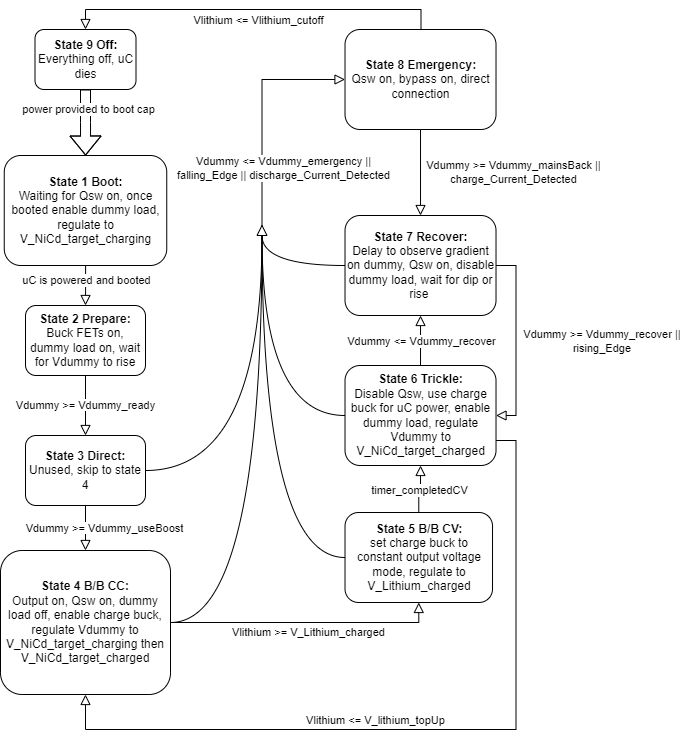
This is 203IntefaceFlowchart_CV.drawio.png from BStainthorpe/Flowcharts, a draw.io export, as it was before one commit. Source tidied: cells renumbered, new cells last; positions are measured from the earlier drawing's top-left corner, leaving out a move shared by most shapes. Its diagram source:
```xml
<mxGraphModel>
  <root>
    <mxCell id="0" />
    <mxCell id="1" parent="0" />
    <mxCell id="2" style="rounded=0;html=1;jettySize=auto;fontSize=11;endArrow=block;endFill=0;endSize=8;strokeWidth=1;shadow=0;labelBackgroundColor=none;edgeStyle=orthogonalEdgeStyle;" parent="1" edge="1" source="4">
      <mxGeometry relative="1" as="geometry">
        <mxPoint x="85" y="296" as="targetPoint" />
      </mxGeometry>
    </mxCell>
    <mxCell id="3" value="uC is powered and booted" style="edgeLabel;html=1;align=center;verticalAlign=middle;" parent="2" vertex="1">
      <mxGeometry x="-0.07" y="1" relative="1" as="geometry">
        <mxPoint x="-1" y="-5" as="offset" />
      </mxGeometry>
    </mxCell>
    <mxCell id="4" value="&lt;b&gt;State 1 Boot:&lt;/b&gt;&lt;div&gt;Waiting for Qsw on, once booted enable dummy load, regulate to V_NiCd_target_charging&lt;/div&gt;" style="rounded=1;whiteSpace=wrap;html=1;fontSize=12;glass=0;strokeWidth=1;shadow=0;" parent="1" vertex="1">
      <mxGeometry x="3.8" y="146" width="162.5" height="110" as="geometry" />
    </mxCell>
    <mxCell id="5" value="&lt;span style=&quot;background-color: rgb(255, 255, 255);&quot;&gt;Vdummy &amp;gt;= Vdummy_useBoost&lt;/span&gt;" style="rounded=0;html=1;jettySize=auto;fontSize=11;endArrow=block;endFill=0;endSize=8;strokeWidth=1;shadow=0;labelBackgroundColor=none;edgeStyle=orthogonalEdgeStyle;exitX=0.5;exitY=1;exitDx=0;exitDy=0;entryX=0.5;entryY=0;entryDx=0;entryDy=0;" parent="1" edge="1" source="8" target="9">
      <mxGeometry x="0.05" y="19" relative="1" as="geometry">
        <mxPoint y="-1" as="offset" />
      </mxGeometry>
    </mxCell>
    <mxCell id="6" value="&lt;span style=&quot;background-color: rgb(255, 255, 255);&quot;&gt;Vdummy &amp;gt;= Vdummy_ready&lt;/span&gt;" style="edgeStyle=orthogonalEdgeStyle;rounded=0;html=1;jettySize=auto;fontSize=11;endArrow=block;endFill=0;endSize=8;strokeWidth=1;shadow=0;labelBackgroundColor=none;entryX=0.5;entryY=0;entryDx=0;entryDy=0;exitX=0.5;exitY=1;exitDx=0;exitDy=0;" parent="1" edge="1" source="7" target="8">
      <mxGeometry relative="1" as="geometry" />
    </mxCell>
    <mxCell id="7" value="&lt;b&gt;State 2 Prepare:&lt;/b&gt;&lt;div&gt;Buck FETs on, dummy load on, wait for Vdummy to rise&lt;/div&gt;" style="rounded=1;whiteSpace=wrap;html=1;fontSize=12;glass=0;strokeWidth=1;shadow=0;" parent="1" vertex="1">
      <mxGeometry x="25" y="296" width="120" height="70" as="geometry" />
    </mxCell>
    <mxCell id="8" value="&lt;b&gt;State 3 Direct:&lt;/b&gt;&lt;div&gt;Unused, skip to state 4&lt;/div&gt;" style="rounded=1;whiteSpace=wrap;html=1;fontSize=12;glass=0;strokeWidth=1;shadow=0;" parent="1" vertex="1">
      <mxGeometry x="25" y="426" width="120" height="70" as="geometry" />
    </mxCell>
    <mxCell id="9" value="&lt;b&gt;State 4 B/B CC:&lt;/b&gt;&lt;div&gt;Output on, Qsw on, dummy load off, enable charge buck, regulate Vdummy to V_NiCd_target_charging then V_NiCd_target_charged&lt;/div&gt;" style="rounded=1;whiteSpace=wrap;html=1;fontSize=12;glass=0;strokeWidth=1;shadow=0;" parent="1" vertex="1">
      <mxGeometry y="541" width="170" height="144" as="geometry" />
    </mxCell>
    <mxCell id="10" value="&lt;b&gt;State 5 B/B CV:&lt;/b&gt;&lt;div&gt;set charge buck to constant output voltage mode, regulate to V_Lithium_charged&lt;/div&gt;" style="rounded=1;whiteSpace=wrap;html=1;fontSize=12;glass=0;strokeWidth=1;shadow=0;" parent="1" vertex="1">
      <mxGeometry x="344.5" y="503" width="147.5" height="90" as="geometry" />
    </mxCell>
    <mxCell id="11" value="&lt;span style=&quot;background-color: rgb(255, 255, 255);&quot;&gt;Vlithium &amp;gt;= V_Lithium_charged&lt;/span&gt;" style="rounded=0;html=1;jettySize=auto;fontSize=11;endArrow=block;endFill=0;endSize=8;strokeWidth=1;shadow=0;labelBackgroundColor=none;edgeStyle=orthogonalEdgeStyle;exitX=1;exitY=0.5;exitDx=0;exitDy=0;entryX=0.5;entryY=1;entryDx=0;entryDy=0;" parent="1" edge="1" source="9" target="10">
      <mxGeometry x="0.03" y="-10" relative="1" as="geometry">
        <Array as="points">
          <mxPoint x="418.5" y="613" />
        </Array>
      </mxGeometry>
    </mxCell>
    <mxCell id="12" value="&lt;b&gt;State 6 Trickle:&lt;/b&gt;&lt;div&gt;Disable Qsw, use charge buck for uC power, enable dummy load, regulate Vdummy to V_NiCd_target_charged&lt;/div&gt;" style="rounded=1;whiteSpace=wrap;html=1;fontSize=12;glass=0;strokeWidth=1;shadow=0;" parent="1" vertex="1">
      <mxGeometry x="344.5" y="356" width="151" height="100" as="geometry" />
    </mxCell>
    <mxCell id="13" style="rounded=0;html=1;jettySize=auto;fontSize=11;endArrow=block;endFill=0;endSize=8;strokeWidth=1;shadow=0;labelBackgroundColor=none;edgeStyle=orthogonalEdgeStyle;exitX=0.5;exitY=0;exitDx=0;exitDy=0;entryX=0.5;entryY=1;entryDx=0;entryDy=0;" parent="1" edge="1" source="10" target="12">
      <mxGeometry x="0.04" y="20" relative="1" as="geometry" />
    </mxCell>
    <mxCell id="14" value="timer_completedCV" style="edgeLabel;html=1;align=center;verticalAlign=middle;" parent="13" vertex="1">
      <mxGeometry x="-0.04" relative="1" as="geometry" />
    </mxCell>
    <mxCell id="15" value="&lt;b&gt;State 7 Recover:&lt;/b&gt;&lt;div&gt;Delay to observe gradient on dummy, Qsw on, disable dummy load, wait for dip or rise&amp;nbsp;&lt;br&gt;&lt;/div&gt;" style="rounded=1;whiteSpace=wrap;html=1;fontSize=12;glass=0;strokeWidth=1;shadow=0;" parent="1" vertex="1">
      <mxGeometry x="344.5" y="206" width="151" height="100" as="geometry" />
    </mxCell>
    <mxCell id="16" style="triangle;whiteSpace=wrap;html=1;rotation=-90;" parent="1" vertex="1">
      <mxGeometry x="256.5" y="216" width="10" height="10" as="geometry" />
    </mxCell>
    <mxCell id="17" style="edgeStyle=orthogonalEdgeStyle;rounded=0;html=1;jettySize=auto;fontSize=11;endArrow=none;endFill=0;strokeWidth=1;shadow=0;labelBackgroundColor=none;entryX=0;entryY=0.5;entryDx=0;entryDy=0;exitX=1;exitY=0.5;exitDx=0;exitDy=0;curved=1;" parent="1" edge="1" source="8" target="16">
      <mxGeometry relative="1" as="geometry" />
    </mxCell>
    <mxCell id="18" style="edgeStyle=orthogonalEdgeStyle;rounded=0;html=1;jettySize=auto;fontSize=11;endArrow=none;endFill=0;strokeWidth=1;shadow=0;labelBackgroundColor=none;exitX=1;exitY=0.5;exitDx=0;exitDy=0;curved=1;entryX=0;entryY=0.5;entryDx=0;entryDy=0;" parent="1" edge="1" source="9" target="16">
      <mxGeometry relative="1" as="geometry" />
    </mxCell>
    <mxCell id="19" style="edgeStyle=orthogonalEdgeStyle;rounded=0;html=1;jettySize=auto;fontSize=11;endArrow=none;endFill=0;strokeWidth=1;shadow=0;labelBackgroundColor=none;exitX=0;exitY=0.5;exitDx=0;exitDy=0;curved=1;entryX=0;entryY=0.5;entryDx=0;entryDy=0;" parent="1" edge="1" source="10" target="16">
      <mxGeometry relative="1" as="geometry" />
    </mxCell>
    <mxCell id="20" style="edgeStyle=orthogonalEdgeStyle;rounded=0;html=1;jettySize=auto;fontSize=11;endArrow=none;endFill=0;strokeWidth=1;shadow=0;labelBackgroundColor=none;exitX=0;exitY=0.5;exitDx=0;exitDy=0;curved=1;entryX=0;entryY=0.5;entryDx=0;entryDy=0;" parent="1" edge="1" source="12" target="16">
      <mxGeometry relative="1" as="geometry" />
    </mxCell>
    <mxCell id="21" value="&lt;b&gt;State 8 Emergency:&lt;/b&gt;&lt;div&gt;Qsw on, bypass on, direct connection&lt;/div&gt;" style="rounded=1;whiteSpace=wrap;html=1;fontSize=12;glass=0;strokeWidth=1;shadow=0;" parent="1" vertex="1">
      <mxGeometry x="344.5" y="20" width="151" height="100" as="geometry" />
    </mxCell>
    <mxCell id="22" style="rounded=0;html=1;jettySize=auto;fontSize=11;endArrow=block;endFill=0;endSize=8;strokeWidth=1;shadow=0;labelBackgroundColor=none;edgeStyle=orthogonalEdgeStyle;entryX=0;entryY=0.5;entryDx=0;entryDy=0;exitX=1;exitY=0.5;exitDx=0;exitDy=0;" parent="1" edge="1" source="16" target="21">
      <mxGeometry x="0.04" y="20" relative="1" as="geometry" />
    </mxCell>
    <mxCell id="23" value="Vdummy &amp;lt;= Vdummy_emergency ||&lt;div&gt;falling_Edge || discharge_Current_Detected&lt;/div&gt;" style="edgeLabel;html=1;align=center;verticalAlign=middle;" parent="22" vertex="1">
      <mxGeometry x="-0.09" relative="1" as="geometry">
        <mxPoint x="21" y="46" as="offset" />
      </mxGeometry>
    </mxCell>
    <mxCell id="24" style="edgeStyle=orthogonalEdgeStyle;rounded=0;html=1;jettySize=auto;fontSize=11;endArrow=none;endFill=0;strokeWidth=1;shadow=0;labelBackgroundColor=none;exitX=0;exitY=0.5;exitDx=0;exitDy=0;curved=1;entryX=0;entryY=0.5;entryDx=0;entryDy=0;" parent="1" edge="1" source="15" target="16">
      <mxGeometry relative="1" as="geometry" />
    </mxCell>
    <mxCell id="25" style="edgeStyle=orthogonalEdgeStyle;rounded=0;jettySize=auto;html=1;exitX=0.5;exitY=1;exitDx=0;exitDy=0;shape=flexArrow;" parent="1" edge="1" source="27" target="4">
      <mxGeometry relative="1" as="geometry" />
    </mxCell>
    <mxCell id="26" value="power provided to boot cap" style="edgeLabel;html=1;align=center;verticalAlign=middle;" parent="25" vertex="1">
      <mxGeometry x="0.03" y="-4" relative="1" as="geometry">
        <mxPoint x="6" y="-14" as="offset" />
      </mxGeometry>
    </mxCell>
    <mxCell id="27" value="&lt;b&gt;State 9 Off:&lt;/b&gt;&lt;div&gt;Everything off, uC dies&lt;/div&gt;" style="rounded=1;whiteSpace=wrap;html=1;fontSize=12;glass=0;strokeWidth=1;shadow=0;" parent="1" vertex="1">
      <mxGeometry x="34.5" y="20" width="101" height="60" as="geometry" />
    </mxCell>
    <mxCell id="28" style="rounded=0;html=1;jettySize=auto;fontSize=11;endArrow=block;endFill=0;endSize=8;strokeWidth=1;shadow=0;labelBackgroundColor=none;edgeStyle=orthogonalEdgeStyle;entryX=0.5;entryY=0;entryDx=0;entryDy=0;" parent="1" edge="1" target="27">
      <mxGeometry x="0.04" y="20" relative="1" as="geometry">
        <mxPoint x="420.5" y="20" as="sourcePoint" />
        <Array as="points">
          <mxPoint x="420.5" />
          <mxPoint x="85.5" />
        </Array>
      </mxGeometry>
    </mxCell>
    <mxCell id="29" value="Vlithium &amp;lt;= Vlithium_cutoff" style="edgeLabel;html=1;align=center;verticalAlign=middle;" parent="28" vertex="1">
      <mxGeometry x="-0.09" relative="1" as="geometry">
        <mxPoint x="-12" y="10" as="offset" />
      </mxGeometry>
    </mxCell>
    <mxCell id="30" style="rounded=0;html=1;jettySize=auto;fontSize=11;endArrow=block;endFill=0;endSize=8;strokeWidth=1;shadow=0;labelBackgroundColor=none;edgeStyle=orthogonalEdgeStyle;entryX=0.5;entryY=0;entryDx=0;entryDy=0;exitX=0.5;exitY=1;exitDx=0;exitDy=0;" parent="1" edge="1" source="21" target="15">
      <mxGeometry x="0.04" y="20" relative="1" as="geometry" />
    </mxCell>
    <mxCell id="31" value="Vdummy &amp;gt;= Vdummy_mainsBack ||&lt;div&gt;charge_Current_Detected&lt;/div&gt;" style="edgeLabel;html=1;align=center;verticalAlign=middle;" parent="30" vertex="1">
      <mxGeometry x="-0.09" relative="1" as="geometry">
        <mxPoint x="92" y="3" as="offset" />
      </mxGeometry>
    </mxCell>
    <mxCell id="32" style="rounded=0;html=1;jettySize=auto;fontSize=11;endArrow=block;endFill=0;endSize=8;strokeWidth=1;shadow=0;labelBackgroundColor=none;edgeStyle=orthogonalEdgeStyle;entryX=1;entryY=0.5;entryDx=0;entryDy=0;exitX=1;exitY=0.5;exitDx=0;exitDy=0;" parent="1" edge="1" source="15" target="12">
      <mxGeometry x="0.04" y="20" relative="1" as="geometry" />
    </mxCell>
    <mxCell id="33" value="Vdummy &amp;gt;= Vdummy_recover ||&amp;nbsp;&lt;div&gt;rising_Edge&amp;nbsp;&lt;/div&gt;" style="edgeLabel;html=1;align=center;verticalAlign=middle;" parent="32" vertex="1">
      <mxGeometry x="-0.09" relative="1" as="geometry">
        <mxPoint x="87" y="9" as="offset" />
      </mxGeometry>
    </mxCell>
    <mxCell id="34" style="rounded=0;html=1;jettySize=auto;fontSize=11;endArrow=block;endFill=0;endSize=8;strokeWidth=1;shadow=0;labelBackgroundColor=none;edgeStyle=orthogonalEdgeStyle;entryX=0.5;entryY=1;entryDx=0;entryDy=0;exitX=0.5;exitY=0;exitDx=0;exitDy=0;" parent="1" edge="1" source="12" target="15">
      <mxGeometry x="0.04" y="20" relative="1" as="geometry" />
    </mxCell>
    <mxCell id="35" value="Vdummy &amp;lt;= Vdummy_recover" style="edgeLabel;html=1;align=center;verticalAlign=middle;" parent="34" vertex="1">
      <mxGeometry x="-0.09" relative="1" as="geometry">
        <mxPoint y="-2" as="offset" />
      </mxGeometry>
    </mxCell>
    <mxCell id="36" style="rounded=0;html=1;jettySize=auto;fontSize=11;endArrow=block;endFill=0;endSize=8;strokeWidth=1;shadow=0;labelBackgroundColor=none;edgeStyle=orthogonalEdgeStyle;entryX=0.5;entryY=1;entryDx=0;entryDy=0;exitX=1;exitY=0.75;exitDx=0;exitDy=0;" parent="1" edge="1" source="12" target="9">
      <mxGeometry x="0.04" y="20" relative="1" as="geometry">
        <Array as="points">
          <mxPoint x="515.5" y="431" />
          <mxPoint x="515.5" y="720" />
          <mxPoint x="85.5" y="720" />
          <mxPoint x="85.5" y="685" />
        </Array>
      </mxGeometry>
    </mxCell>
    <mxCell id="37" value="Vlithium &amp;lt;= V_lithium_topUp" style="edgeLabel;html=1;align=center;verticalAlign=middle;" parent="36" vertex="1">
      <mxGeometry x="-0.09" relative="1" as="geometry">
        <mxPoint x="-98" y="-10" as="offset" />
      </mxGeometry>
    </mxCell>
  </root>
</mxGraphModel>
```
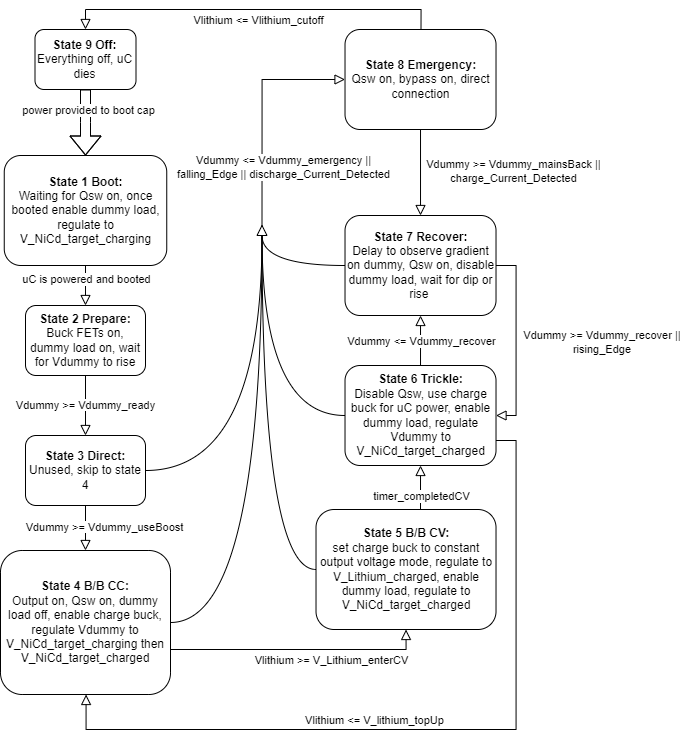
The same diagram one commit later.

Change to the diagram source:
```diff
@@ -32,21 +32,15 @@
     <mxCell id="9" value="&lt;b&gt;State 4 B/B CC:&lt;/b&gt;&lt;div&gt;Output on, Qsw on, dummy load off, enable charge buck, regulate Vdummy to V_NiCd_target_charging then V_NiCd_target_charged&lt;/div&gt;" style="rounded=1;whiteSpace=wrap;html=1;fontSize=12;glass=0;strokeWidth=1;shadow=0;" parent="1" vertex="1">
       <mxGeometry y="541" width="170" height="144" as="geometry" />
     </mxCell>
-    <mxCell id="10" value="&lt;b&gt;State 5 B/B CV:&lt;/b&gt;&lt;div&gt;set charge buck to constant output voltage mode, regulate to V_Lithium_charged&lt;/div&gt;" style="rounded=1;whiteSpace=wrap;html=1;fontSize=12;glass=0;strokeWidth=1;shadow=0;" parent="1" vertex="1">
-      <mxGeometry x="344.5" y="503" width="147.5" height="90" as="geometry" />
-    </mxCell>
-    <mxCell id="11" value="&lt;span style=&quot;background-color: rgb(255, 255, 255);&quot;&gt;Vlithium &amp;gt;= V_Lithium_charged&lt;/span&gt;" style="rounded=0;html=1;jettySize=auto;fontSize=11;endArrow=block;endFill=0;endSize=8;strokeWidth=1;shadow=0;labelBackgroundColor=none;edgeStyle=orthogonalEdgeStyle;exitX=1;exitY=0.5;exitDx=0;exitDy=0;entryX=0.5;entryY=1;entryDx=0;entryDy=0;" parent="1" edge="1" source="9" target="10">
-      <mxGeometry x="0.03" y="-10" relative="1" as="geometry">
-        <Array as="points">
-          <mxPoint x="418.5" y="613" />
-        </Array>
-      </mxGeometry>
-    </mxCell>
     <mxCell id="12" value="&lt;b&gt;State 6 Trickle:&lt;/b&gt;&lt;div&gt;Disable Qsw, use charge buck for uC power, enable dummy load, regulate Vdummy to V_NiCd_target_charged&lt;/div&gt;" style="rounded=1;whiteSpace=wrap;html=1;fontSize=12;glass=0;strokeWidth=1;shadow=0;" parent="1" vertex="1">
       <mxGeometry x="344.5" y="356" width="151" height="100" as="geometry" />
     </mxCell>
-    <mxCell id="13" style="rounded=0;html=1;jettySize=auto;fontSize=11;endArrow=block;endFill=0;endSize=8;strokeWidth=1;shadow=0;labelBackgroundColor=none;edgeStyle=orthogonalEdgeStyle;exitX=0.5;exitY=0;exitDx=0;exitDy=0;entryX=0.5;entryY=1;entryDx=0;entryDy=0;" parent="1" edge="1" source="10" target="12">
-      <mxGeometry x="0.04" y="20" relative="1" as="geometry" />
+    <mxCell id="13" style="rounded=0;html=1;jettySize=auto;fontSize=11;endArrow=block;endFill=0;endSize=8;strokeWidth=1;shadow=0;labelBackgroundColor=none;edgeStyle=orthogonalEdgeStyle;exitX=0.5;exitY=0;exitDx=0;exitDy=0;entryX=0.5;entryY=1;entryDx=0;entryDy=0;" parent="1" edge="1" source="40" target="12">
+      <mxGeometry x="0.04" y="20" relative="1" as="geometry">
+        <Array as="points">
+          <mxPoint x="420" y="500" />
+        </Array>
+      </mxGeometry>
     </mxCell>
     <mxCell id="14" value="timer_completedCV" style="edgeLabel;html=1;align=center;verticalAlign=middle;" parent="13" vertex="1">
       <mxGeometry x="-0.04" relative="1" as="geometry" />
@@ -63,7 +57,7 @@
     <mxCell id="18" style="edgeStyle=orthogonalEdgeStyle;rounded=0;html=1;jettySize=auto;fontSize=11;endArrow=none;endFill=0;strokeWidth=1;shadow=0;labelBackgroundColor=none;exitX=1;exitY=0.5;exitDx=0;exitDy=0;curved=1;entryX=0;entryY=0.5;entryDx=0;entryDy=0;" parent="1" edge="1" source="9" target="16">
       <mxGeometry relative="1" as="geometry" />
     </mxCell>
-    <mxCell id="19" style="edgeStyle=orthogonalEdgeStyle;rounded=0;html=1;jettySize=auto;fontSize=11;endArrow=none;endFill=0;strokeWidth=1;shadow=0;labelBackgroundColor=none;exitX=0;exitY=0.5;exitDx=0;exitDy=0;curved=1;entryX=0;entryY=0.5;entryDx=0;entryDy=0;" parent="1" edge="1" source="10" target="16">
+    <mxCell id="19" style="edgeStyle=orthogonalEdgeStyle;rounded=0;html=1;jettySize=auto;fontSize=11;endArrow=none;endFill=0;strokeWidth=1;shadow=0;labelBackgroundColor=none;exitX=0;exitY=0.5;exitDx=0;exitDy=0;curved=1;entryX=0;entryY=0.5;entryDx=0;entryDy=0;" parent="1" edge="1" source="40" target="16">
       <mxGeometry relative="1" as="geometry" />
     </mxCell>
     <mxCell id="20" style="edgeStyle=orthogonalEdgeStyle;rounded=0;html=1;jettySize=auto;fontSize=11;endArrow=none;endFill=0;strokeWidth=1;shadow=0;labelBackgroundColor=none;exitX=0;exitY=0.5;exitDx=0;exitDy=0;curved=1;entryX=0;entryY=0.5;entryDx=0;entryDy=0;" parent="1" edge="1" source="12" target="16">
@@ -147,5 +141,21 @@
         <mxPoint x="-98" y="-10" as="offset" />
       </mxGeometry>
     </mxCell>
+    <mxCell id="38" style="rounded=0;html=1;jettySize=auto;fontSize=11;endArrow=block;endFill=0;endSize=8;strokeWidth=1;shadow=0;labelBackgroundColor=none;edgeStyle=orthogonalEdgeStyle;exitX=1;exitY=0.5;exitDx=0;exitDy=0;entryX=0.5;entryY=1;entryDx=0;entryDy=0;" parent="1" edge="1" source="9" target="40">
+      <mxGeometry x="0.03" y="-10" relative="1" as="geometry">
+        <Array as="points">
+          <mxPoint x="170" y="640" />
+          <mxPoint x="406" y="640" />
+        </Array>
+      </mxGeometry>
+    </mxCell>
+    <mxCell id="39" value="Vlithium &amp;gt;= V_Lithium_enterCV" style="edgeLabel;html=1;align=center;verticalAlign=middle;" parent="38" vertex="1">
+      <mxGeometry x="0.14" relative="1" as="geometry">
+        <mxPoint x="26" y="10" as="offset" />
+      </mxGeometry>
+    </mxCell>
+    <mxCell id="40" value="&lt;b&gt;State 5 B/B CV:&lt;/b&gt;&lt;div&gt;set charge buck to constant output voltage mode, regulate to V_Lithium_charged, enable dummy load, regulate to V_NiCd_target_charged&lt;/div&gt;" style="rounded=1;whiteSpace=wrap;html=1;fontSize=12;glass=0;strokeWidth=1;shadow=0;" parent="1" vertex="1">
+      <mxGeometry x="315.5" y="500" width="180" height="120" as="geometry" />
+    </mxCell>
   </root>
 </mxGraphModel>
```
